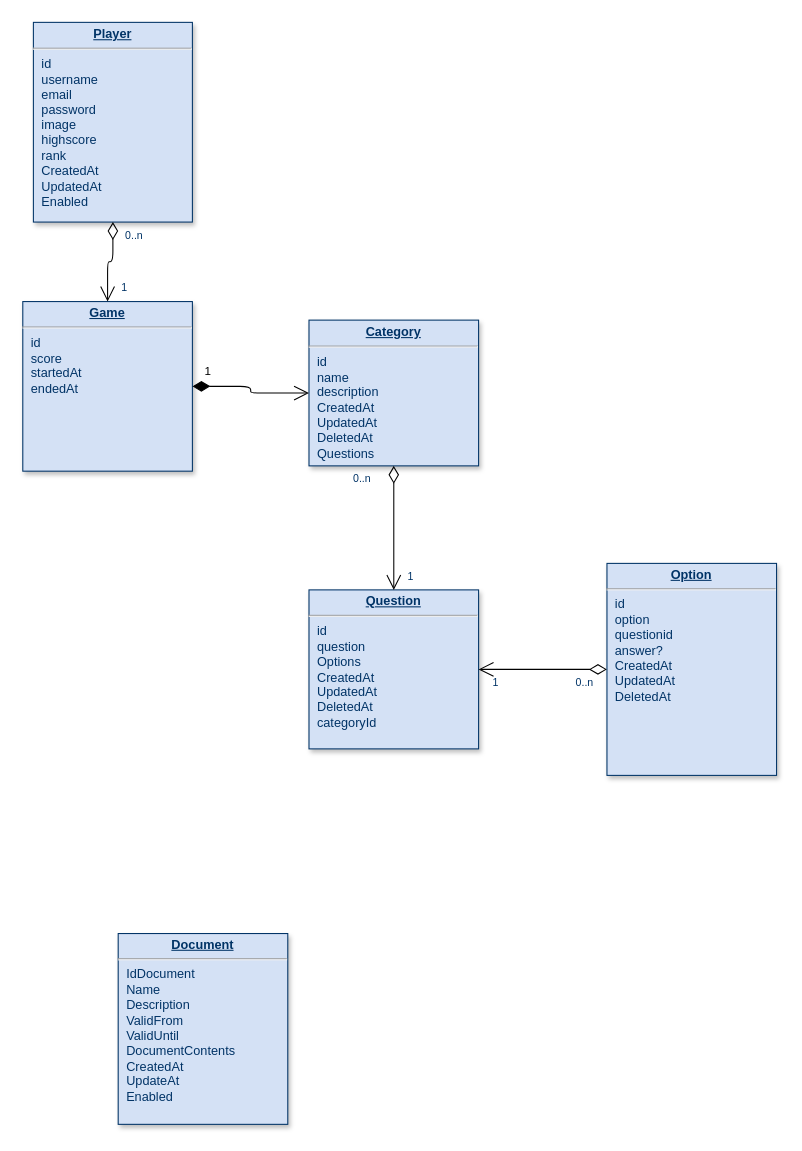
This is Quizlier-DB.drawio from TunrayoIlawole/Quizlier, a draw.io file, before an edit. Source tidied: cells renumbered, new cells numbered last; positions are measured from the earlier drawing's top-left corner, leaving out a move shared by most shapes. Both pictures are drawn from the tidied source at 106%, with x=0, y=0 at pixel (22, 22).
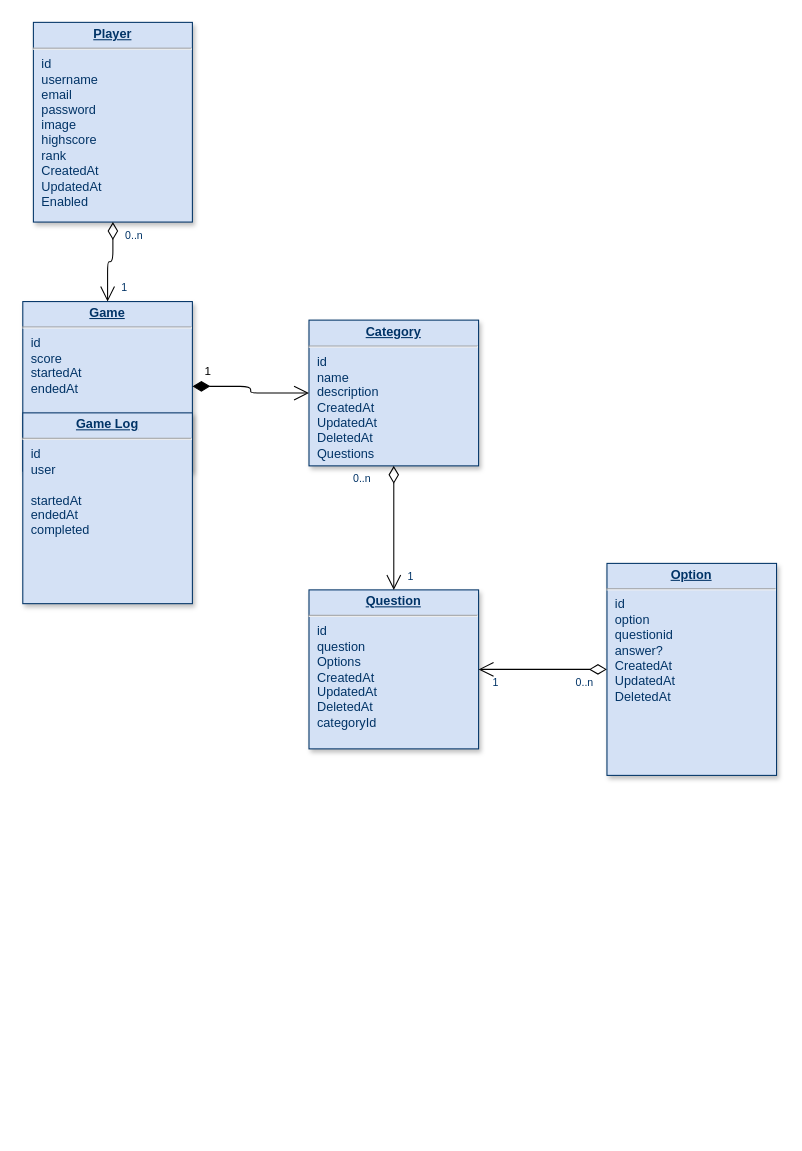
Above is the later version.

Diff of the diagram source:
```diff
@@
-    <mxCell id="6" value="&lt;p style=&quot;margin: 0px; margin-top: 4px; text-align: center; text-decoration: underline;&quot;&gt;&lt;strong&gt;Document&lt;/strong&gt;&lt;/p&gt;&lt;hr /&gt;&lt;p style=&quot;margin: 0px; margin-left: 8px;&quot;&gt;IdDocument&lt;/p&gt;&lt;p style=&quot;margin: 0px; margin-left: 8px;&quot;&gt;Name&lt;/p&gt;&lt;p style=&quot;margin: 0px; margin-left: 8px;&quot;&gt;Description&lt;/p&gt;&lt;p style=&quot;margin: 0px; margin-left: 8px;&quot;&gt;ValidFrom&lt;/p&gt;&lt;p style=&quot;margin: 0px; margin-left: 8px;&quot;&gt;ValidUntil&lt;/p&gt;&lt;p style=&quot;margin: 0px; margin-left: 8px;&quot;&gt;DocumentContents&lt;/p&gt;&lt;p style=&quot;margin: 0px; margin-left: 8px;&quot;&gt;CreatedAt&lt;/p&gt;&lt;p style=&quot;margin: 0px; margin-left: 8px;&quot;&gt;UpdateAt&lt;/p&gt;&lt;p style=&quot;margin: 0px; margin-left: 8px;&quot;&gt;Enabled&lt;/p&gt;" style="verticalAlign=top;align=left;overflow=fill;fontSize=12;fontFamily=Helvetica;html=1;strokeColor=#003366;shadow=1;fillColor=#D4E1F5;fontColor=#003366;" parent="1" vertex="1">
-      <mxGeometry x="90" y="859.2" width="160" height="180" as="geometry" />
+    <mxCell id="6" value="&lt;p style=&quot;margin: 0px; margin-top: 4px; text-align: center; text-decoration: underline;&quot;&gt;&lt;strong&gt;Game Log&lt;/strong&gt;&lt;/p&gt;&lt;hr&gt;&lt;p style=&quot;margin: 0px; margin-left: 8px;&quot;&gt;id&lt;/p&gt;&lt;p style=&quot;margin: 0px; margin-left: 8px;&quot;&gt;user&lt;/p&gt;&lt;p style=&quot;margin: 0px; margin-left: 8px;&quot;&gt;&lt;br&gt;&lt;/p&gt;&lt;p style=&quot;margin: 0px; margin-left: 8px;&quot;&gt;startedAt&lt;/p&gt;&lt;p style=&quot;margin: 0px; margin-left: 8px;&quot;&gt;endedAt&lt;/p&gt;&lt;p style=&quot;margin: 0px; margin-left: 8px;&quot;&gt;completed&lt;/p&gt;" style="verticalAlign=top;align=left;overflow=fill;fontSize=12;fontFamily=Helvetica;html=1;strokeColor=#003366;shadow=1;fillColor=#D4E1F5;fontColor=#003366;" parent="1" vertex="1">
+      <mxGeometry y="368" width="160" height="180" as="geometry" />
     </mxCell>
```
